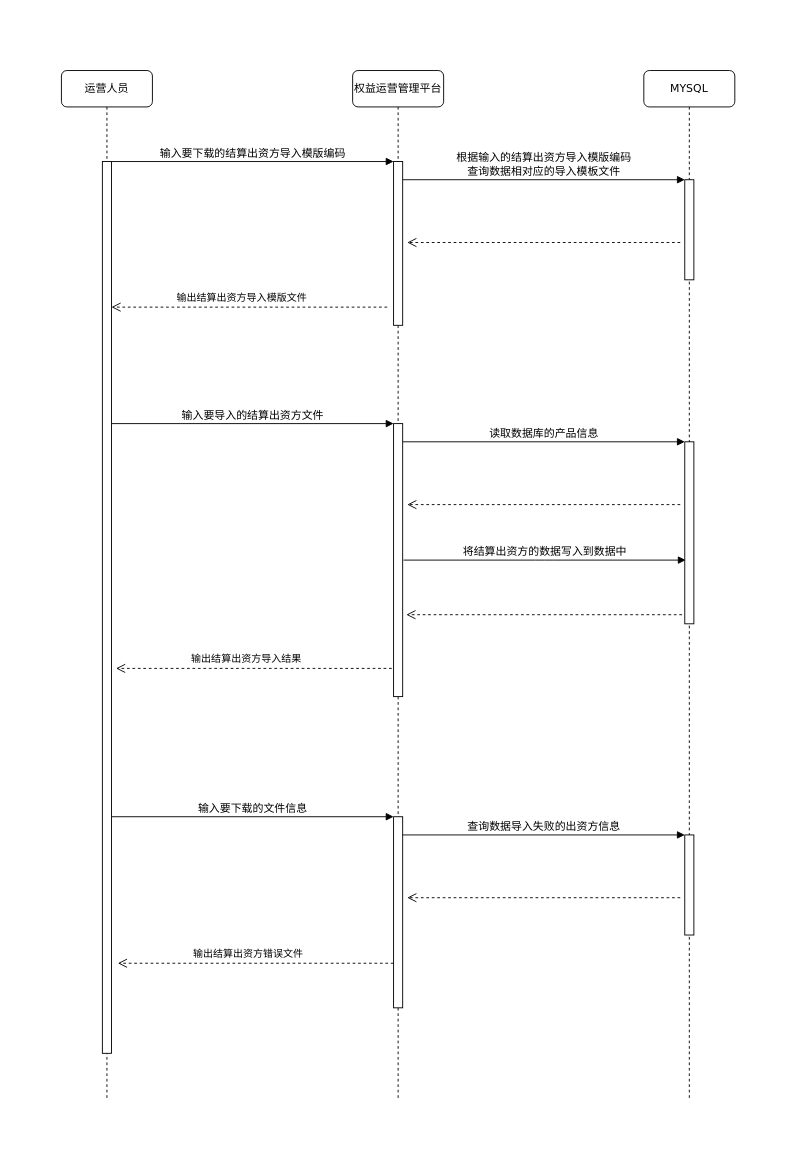
Above: page "结算出资方导入功能" (2 of 9) of COSMIC.drawio in moshan123/draw (draw.io), before the change. Source tidied: cells renumbered, new cells numbered last; positions are measured from the earlier drawing's top-left corner, leaving out a move shared by most shapes. Both pictures are drawn from the tidied source at 91%, with x=0, y=0 at pixel (61, 70).
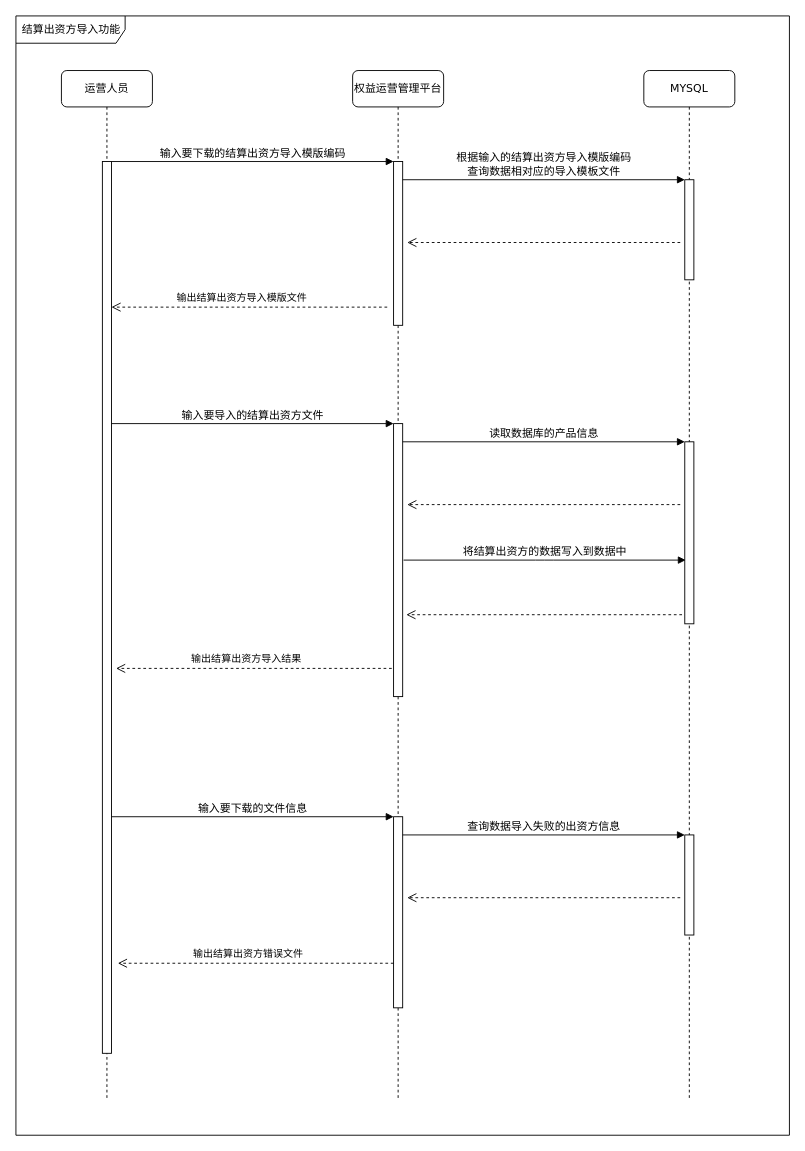
The same diagram, later.

Diff of the diagram source:
```diff
@@
+    <mxCell id="29" value="结算出资方导入功能" style="shape=umlFrame;whiteSpace=wrap;html=1;width=120;height=30;boundedLbl=1;verticalAlign=middle;align=left;spacingLeft=5;" parent="1" vertex="1">
+      <mxGeometry x="-50" y="-60" width="850" height="1230" as="geometry" />
+    </mxCell>
```
